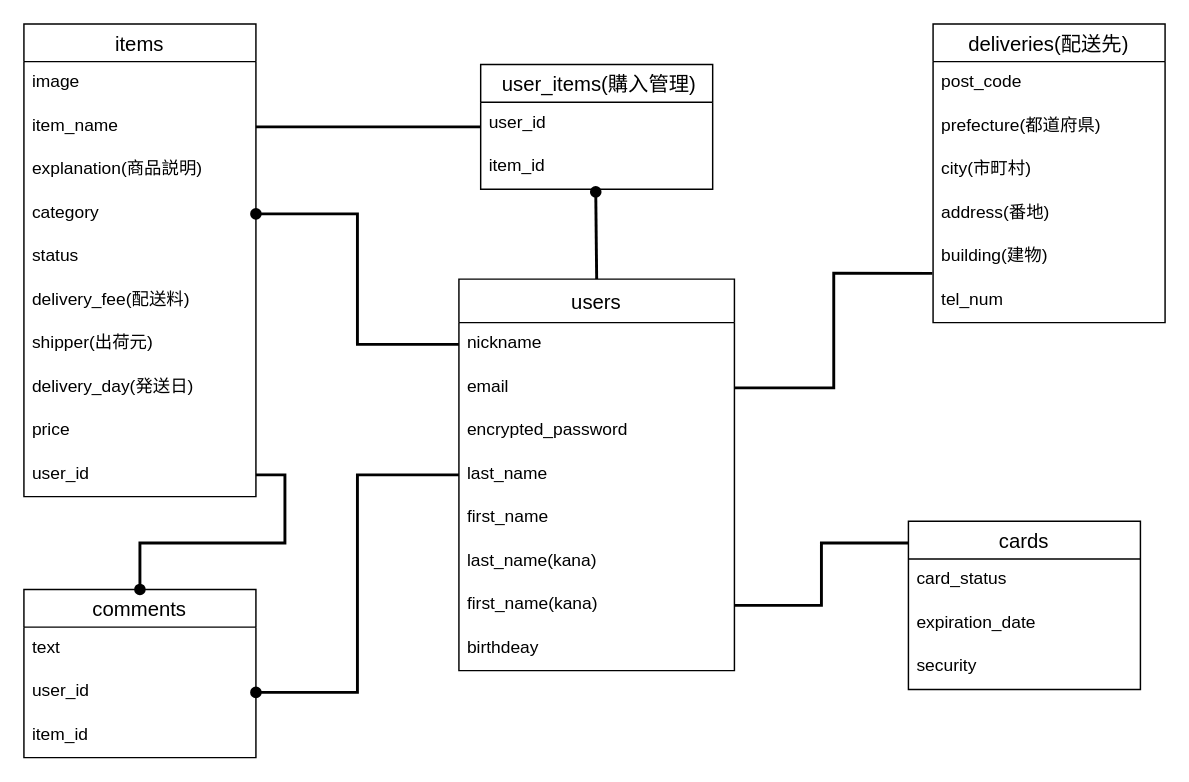
techchamp88/furima-32067 keeps this draw.io diagram as furima.dio. Above is the earlier version. Source tidied: cells renumbered, new cells numbered last; positions are measured from the earlier drawing's top-left corner, leaving out a move shared by most shapes. Both pictures are drawn from the tidied source at 145%, with x=0, y=0 at pixel (23, 23).
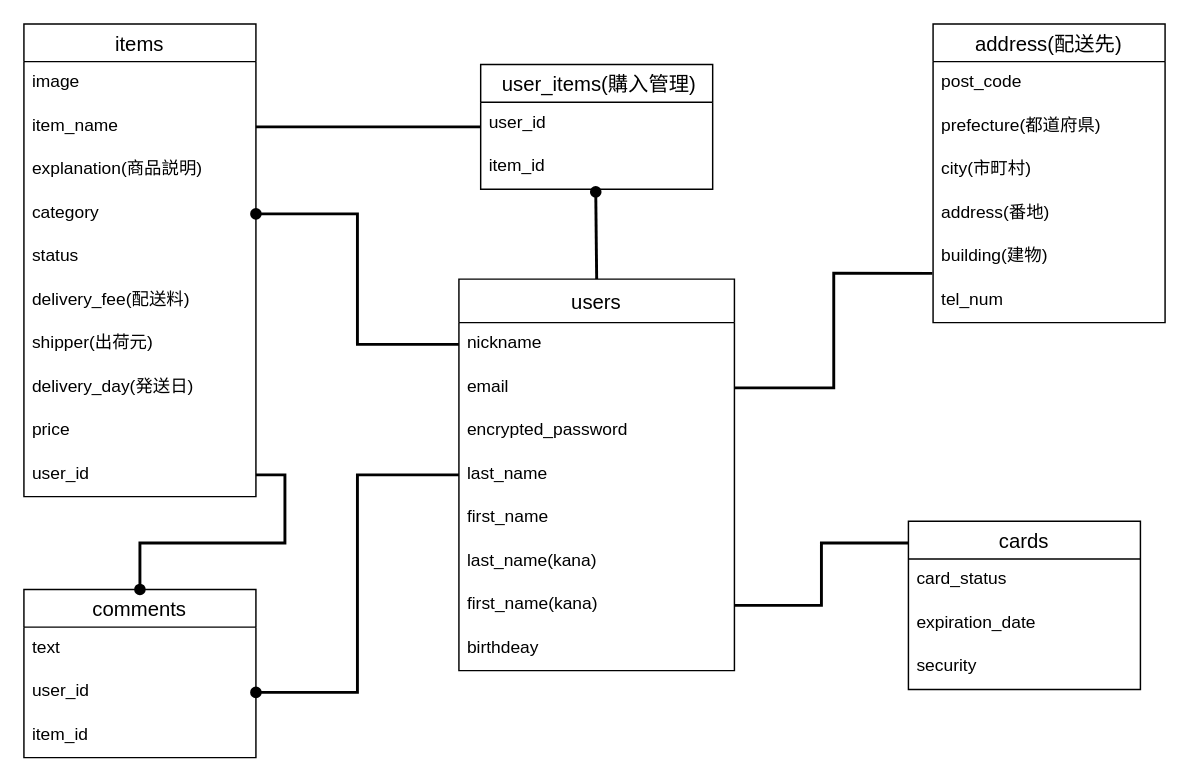
Above is the later version.

Commit message (it also covers changes not shown here):
データベース　編集4回目

What changed in the source:
```diff
@@
-    <mxCell id="22" value="deliveries(配送先)" style="swimlane;fontStyle=0;horizontal=1;startSize=26;align=center;fontSize=14;" parent="1" vertex="1">
+    <mxCell id="22" value="address(配送先)" style="swimlane;fontStyle=0;horizontal=1;startSize=26;align=center;fontSize=14;" parent="1" vertex="1">
       <mxGeometry x="627" width="160" height="206" as="geometry" />
     </mxCell>
```
